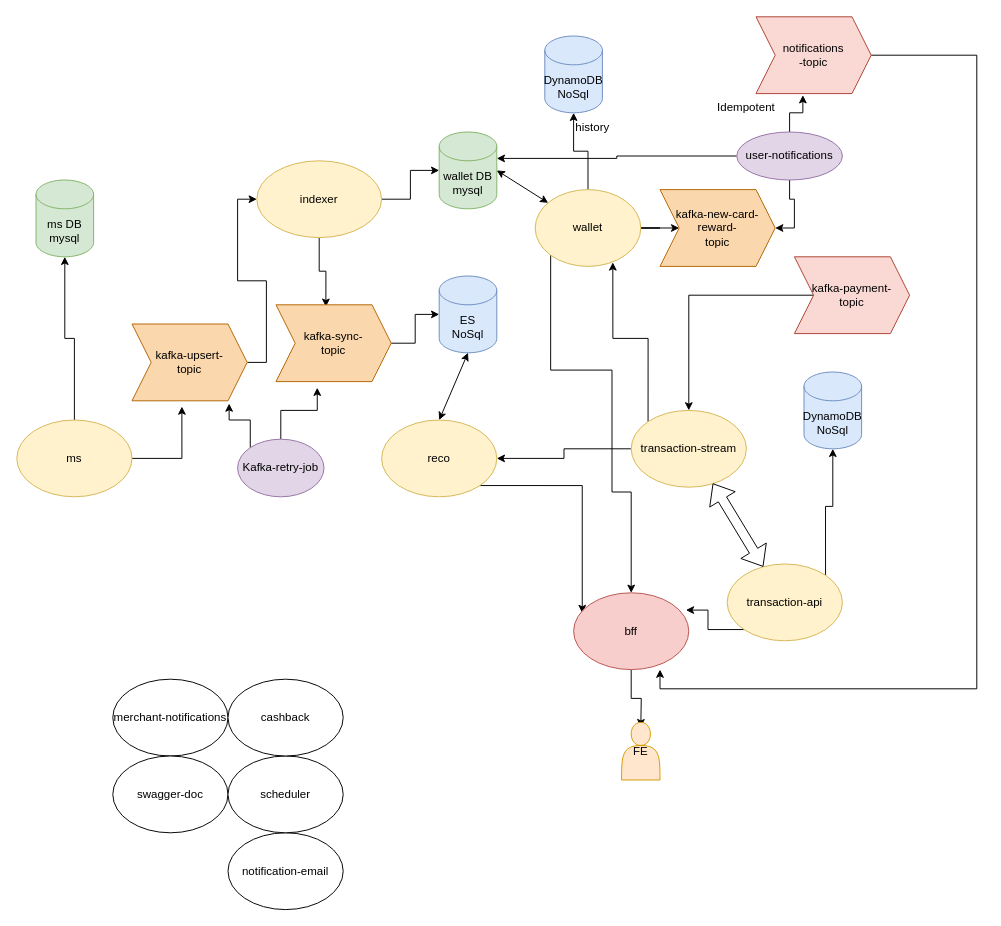
Above: ScArchitecture_v2.drawio in PraSri/MyCodeLib (draw.io), before the change. Source tidied: cells renumbered, new cells numbered last; positions are measured from the earlier drawing's top-left corner, leaving out a move shared by most shapes. Both pictures are drawn from the tidied source at 96%, with x=0, y=0 at pixel (16, 16).
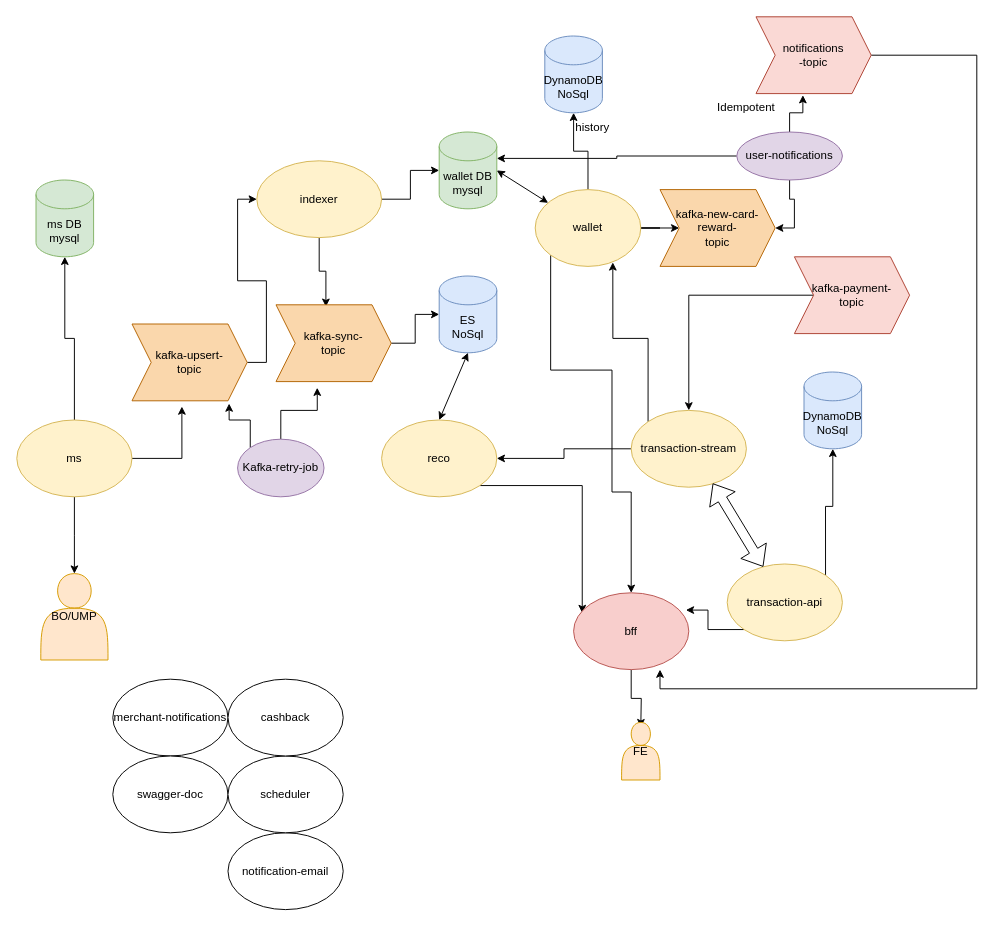
Above is the later version.

The change refers to these unchanged cells:
```xml
<mxCell id="8" value="ms" style="ellipse;whiteSpace=wrap;html=1;fillColor=#fff2cc;strokeColor=#d6b656;" parent="1" vertex="1">
  <mxGeometry y="420" width="120" height="80" as="geometry" />
</mxCell>
```

What changed in the source:
```diff
@@
+    <mxCell id="54" style="edgeStyle=orthogonalEdgeStyle;rounded=0;jettySize=auto;html=1;" parent="1" edge="1" source="8">
+      <mxGeometry relative="1" as="geometry">
+        <mxPoint x="60" y="580" as="targetPoint" />
+      </mxGeometry>
+    </mxCell>
@@
+    <mxCell id="55" value="BO/UMP" style="shape=actor;whiteSpace=wrap;html=1;fillColor=#ffe6cc;strokeColor=#d79b00;" parent="1" vertex="1">
+      <mxGeometry x="25" y="580" width="70" height="90" as="geometry" />
+    </mxCell>
```
